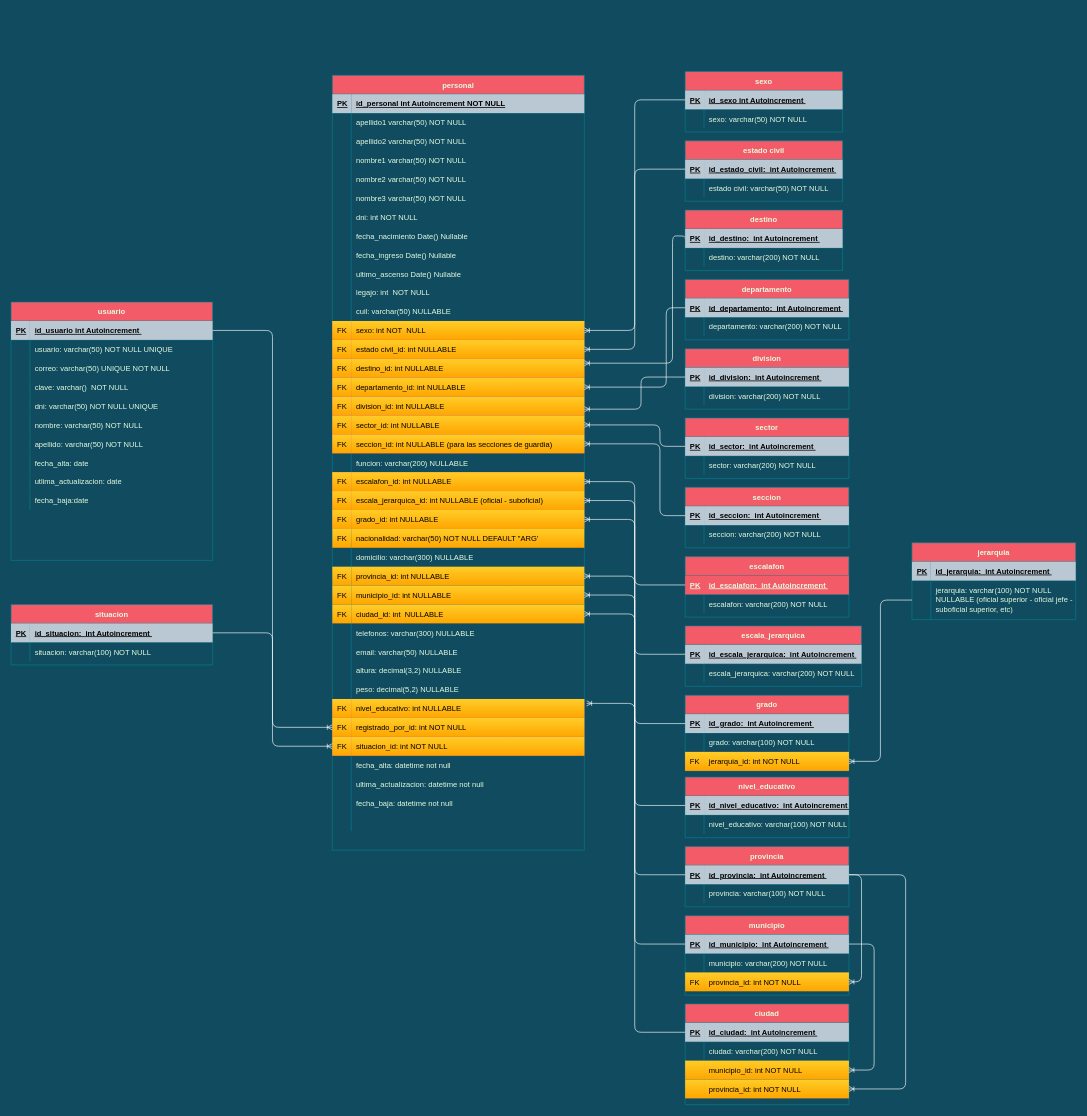
Earlier version of the draw.io diagram Cuerpo Penitenciario.drawio (FSALVA157/EsquemasER). Source tidied: cells renumbered, new cells numbered last; positions are measured from the earlier drawing's top-left corner, leaving out a move shared by most shapes. Both pictures are drawn from the tidied source at 63%, with x=0, y=0 at pixel (11, 71).
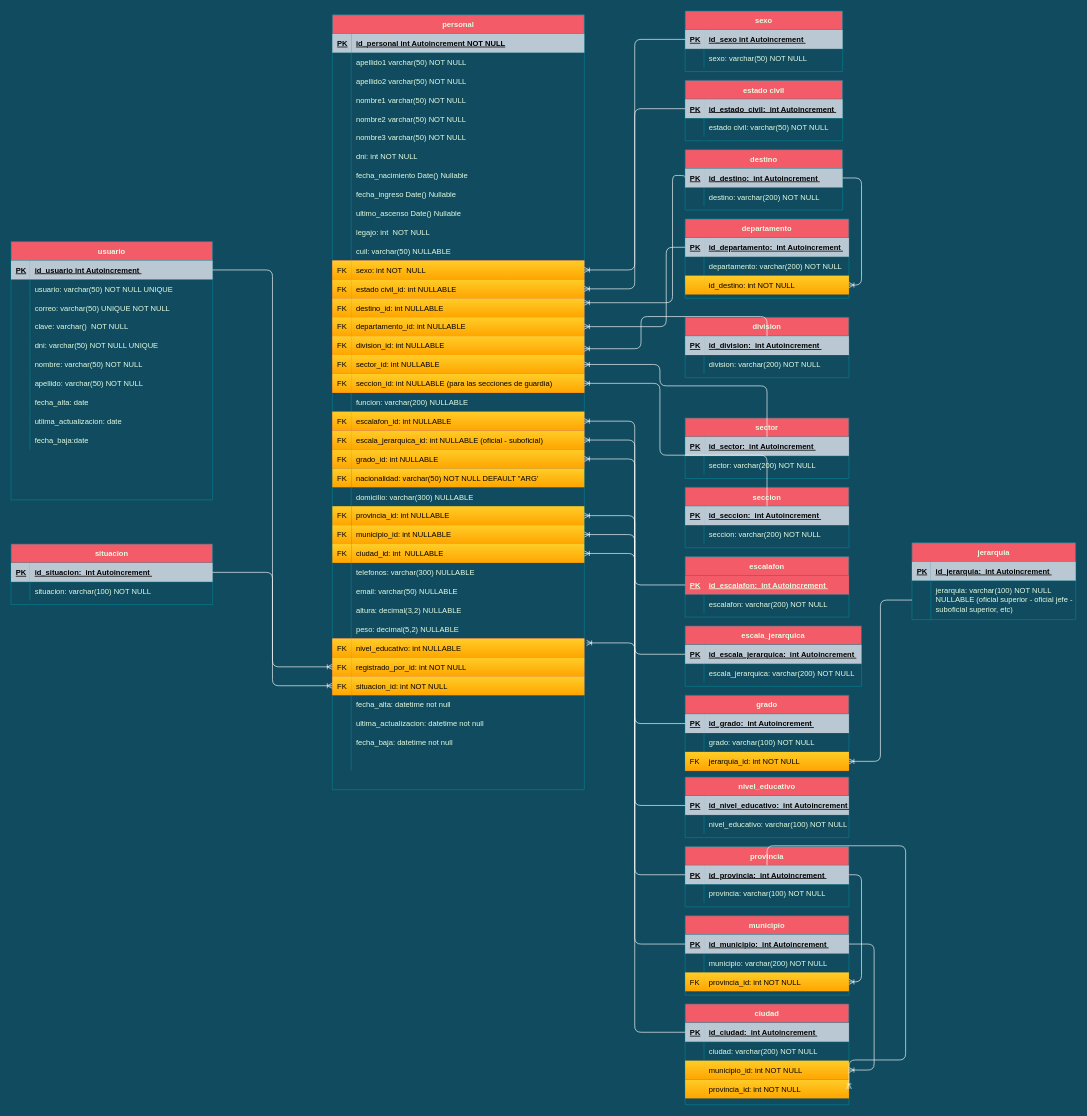
The same diagram, later.

Unchanged cells that the change refers to:
```xml
<mxCell id="45" style="shape=partialRectangle;fillColor=#F45B69;points=[[0,0.5],[1,0.5]];portConstraint=eastwest;top=0;left=0;right=0;bottom=0;strokeColor=#028090;fontColor=#E4FDE1;" parent="2" vertex="1">
  <mxGeometry y="450" width="400" height="30" as="geometry" />
</mxCell>
<mxCell id="48" style="shape=partialRectangle;fillColor=#F45B69;points=[[0,0.5],[1,0.5]];portConstraint=eastwest;top=0;left=0;right=0;bottom=0;strokeColor=#028090;fontColor=#E4FDE1;" parent="2" vertex="1">
  <mxGeometry y="480" width="400" height="30" as="geometry" />
</mxCell>
<mxCell id="51" style="shape=partialRectangle;fillColor=#F45B69;points=[[0,0.5],[1,0.5]];portConstraint=eastwest;top=0;left=0;right=0;bottom=0;strokeColor=#028090;fontColor=#E4FDE1;" parent="2" vertex="1">
  <mxGeometry y="510" width="400" height="30" as="geometry" />
</mxCell>
<mxCell id="54" style="shape=partialRectangle;fillColor=#F45B69;points=[[0,0.5],[1,0.5]];portConstraint=eastwest;top=0;left=0;right=0;bottom=0;strokeColor=#028090;fontColor=#E4FDE1;" parent="2" vertex="1">
  <mxGeometry y="540" width="400" height="30" as="geometry" />
</mxCell>
<mxCell id="57" style="shape=partialRectangle;fillColor=#F45B69;points=[[0,0.5],[1,0.5]];portConstraint=eastwest;top=0;left=0;right=0;bottom=0;strokeColor=#028090;fontColor=#E4FDE1;" parent="2" vertex="1">
  <mxGeometry y="570" width="400" height="30" as="geometry" />
</mxCell>
<mxCell id="136" style="shape=partialRectangle;fillColor=none;points=[[0,0.5],[1,0.5]];portConstraint=eastwest;top=0;left=0;right=0;bottom=1;strokeColor=#028090;fontColor=#E4FDE1;" parent="135" vertex="1">
  <mxGeometry y="30" width="250" height="30" as="geometry" />
</mxCell>
<mxCell id="143" style="shape=partialRectangle;fillColor=none;points=[[0,0.5],[1,0.5]];portConstraint=eastwest;top=0;left=0;right=0;bottom=1;strokeColor=#028090;fontColor=#E4FDE1;" parent="142" vertex="1">
  <mxGeometry y="30" width="260" height="30" as="geometry" />
</mxCell>
<mxCell id="150" style="shape=partialRectangle;fillColor=none;points=[[0,0.5],[1,0.5]];portConstraint=eastwest;top=0;left=0;right=0;bottom=1;strokeColor=#028090;fontColor=#E4FDE1;" parent="149" vertex="1">
  <mxGeometry y="30" width="260" height="30" as="geometry" />
</mxCell>
<mxCell id="157" style="shape=partialRectangle;fillColor=none;points=[[0,0.5],[1,0.5]];portConstraint=eastwest;top=0;left=0;right=0;bottom=1;strokeColor=#028090;fontColor=#E4FDE1;" parent="156" vertex="1">
  <mxGeometry y="30" width="260" height="30" as="geometry" />
</mxCell>
<mxCell id="169" style="shape=partialRectangle;fillColor=none;points=[[0,0.5],[1,0.5]];portConstraint=eastwest;top=0;left=0;right=0;bottom=1;strokeColor=#028090;fontColor=#E4FDE1;" parent="168" vertex="1">
  <mxGeometry y="30" width="260" height="30" as="geometry" />
</mxCell>
<mxCell id="252" style="shape=partialRectangle;fillColor=none;points=[[0,0.5],[1,0.5]];portConstraint=eastwest;top=0;left=0;right=0;bottom=1;strokeColor=#028090;fontColor=#E4FDE1;" parent="251" vertex="1">
  <mxGeometry y="30" width="260" height="30" as="geometry" />
</mxCell>
<mxCell id="278" style="shape=partialRectangle;fillColor=none;points=[[0,0.5],[1,0.5]];portConstraint=eastwest;top=0;left=0;right=0;bottom=0;strokeColor=#028090;fontColor=#E4FDE1;" parent="268" vertex="1">
  <mxGeometry y="120" width="260" height="30" as="geometry" />
</mxCell>
```

Diff of the diagram source:
```diff
@@
     <mxCell id="2" value="personal" style="shape=table;startSize=30;childLayout=tableLayout;rowLines=0;fontStyle=1;align=center;fillColor=#F45B69;strokeColor=#028090;fontColor=#E4FDE1;" parent="1" vertex="1">
-      <mxGeometry x="510" y="6" width="400" height="1230" as="geometry" />
+      <mxGeometry x="510" y="-90" width="400" height="1230" as="geometry" />
     </mxCell>
@@
     <mxCell id="120" value="sexo" style="shape=table;startSize=30;childLayout=tableLayout;rowLines=0;fontStyle=1;align=center;fillColor=#F45B69;strokeColor=#028090;fontColor=#E4FDE1;" parent="1" vertex="1">
-      <mxGeometry x="1070" width="250" height="96" as="geometry" />
+      <mxGeometry x="1070" y="-96" width="250" height="96" as="geometry" />
     </mxCell>
@@
     <mxCell id="127" value="estado civil" style="shape=table;startSize=30;childLayout=tableLayout;rowLines=0;fontStyle=1;align=center;fillColor=#F45B69;strokeColor=#028090;fontColor=#E4FDE1;" parent="1" vertex="1">
-      <mxGeometry x="1070" y="110" width="250" height="96" as="geometry" />
+      <mxGeometry x="1070" y="14" width="250" height="96" as="geometry" />
     </mxCell>
@@
     <mxCell id="134" style="edgeStyle=orthogonalEdgeStyle;jettySize=auto;html=1;entryX=1;entryY=0.233;entryDx=0;entryDy=0;entryPerimeter=0;endArrow=ERoneToMany;endFill=0;exitX=0;exitY=0.5;exitDx=0;exitDy=0;strokeColor=#FFFFFF;fontColor=#000000;labelBackgroundColor=#ffffff;" parent="1" edge="1" source="136" target="45">
       <mxGeometry relative="1" as="geometry">
         <Array as="points">
-          <mxPoint x="1070" y="261" />
-          <mxPoint x="1050" y="261" />
-          <mxPoint x="1050" y="463" />
+          <mxPoint x="1070" y="165" />
+          <mxPoint x="1050" y="165" />
+          <mxPoint x="1050" y="367" />
         </Array>
       </mxGeometry>
     </mxCell>
     <mxCell id="135" value="destino" style="shape=table;startSize=30;childLayout=tableLayout;rowLines=0;fontStyle=1;align=center;fillColor=#F45B69;strokeColor=#028090;fontColor=#E4FDE1;" parent="1" vertex="1">
-      <mxGeometry x="1070" y="220" width="250" height="96" as="geometry" />
+      <mxGeometry x="1070" y="124" width="250" height="96" as="geometry" />
     </mxCell>
@@
     <mxCell id="142" value="departamento" style="shape=table;startSize=30;childLayout=tableLayout;rowLines=0;fontStyle=1;align=center;fillColor=#F45B69;strokeColor=#028090;fontColor=#E4FDE1;" parent="1" vertex="1">
-      <mxGeometry x="1070" y="330" width="260" height="96" as="geometry" />
+      <mxGeometry x="1070" y="234" width="260" height="126" as="geometry" />
     </mxCell>
@@
+    <mxCell id="295" style="shape=partialRectangle;fillColor=none;points=[[0,0.5],[1,0.5]];portConstraint=eastwest;top=0;left=0;right=0;bottom=0;strokeColor=#028090;fontColor=#E4FDE1;" parent="142" vertex="1">
+      <mxGeometry y="90" width="260" height="30" as="geometry" />
+    </mxCell>
+    <mxCell id="296" style="shape=partialRectangle;overflow=hidden;fillColor=#ffcd28;top=0;left=0;bottom=0;right=0;strokeColor=#d79b00;fontColor=#000000;align=left;strokeWidth=1;gradientColor=#ffa500;spacingLeft=6;" parent="295" vertex="1">
+      <mxGeometry width="30" height="30" as="geometry" />
+    </mxCell>
+    <mxCell id="297" value="id_destino: int NOT NULL" style="shape=partialRectangle;overflow=hidden;fillColor=#ffcd28;top=0;left=0;bottom=0;right=0;align=left;spacingLeft=6;strokeColor=#d79b00;fontColor=#000000;strokeWidth=1;gradientColor=#ffa500;" parent="295" vertex="1">
+      <mxGeometry x="30" width="230" height="30" as="geometry" />
+    </mxCell>
     <mxCell id="149" value="division" style="shape=table;startSize=30;childLayout=tableLayout;rowLines=0;fontStyle=1;align=center;fillColor=#F45B69;strokeColor=#028090;fontColor=#E4FDE1;" parent="1" vertex="1">
-      <mxGeometry x="1070" y="440" width="260" height="96" as="geometry" />
+      <mxGeometry x="1070" y="390" width="260" height="96" as="geometry" />
     </mxCell>
@@
     <mxCell id="165" style="edgeStyle=orthogonalEdgeStyle;jettySize=auto;html=1;endArrow=ERoneToMany;endFill=0;strokeColor=#FFFFFF;fontColor=#000000;labelBackgroundColor=#ffffff;" parent="1" edge="1" source="143" target="48">
       <mxGeometry relative="1" as="geometry">
         <Array as="points">
-          <mxPoint x="1040" y="375" />
-          <mxPoint x="1040" y="501" />
+          <mxPoint x="1040" y="279" />
+          <mxPoint x="1040" y="405" />
         </Array>
       </mxGeometry>
     </mxCell>
     <mxCell id="166" style="edgeStyle=orthogonalEdgeStyle;jettySize=auto;html=1;endArrow=ERoneToMany;endFill=0;strokeColor=#FFFFFF;fontColor=#000000;labelBackgroundColor=#ffffff;" parent="1" edge="1" source="150" target="51">
       <mxGeometry relative="1" as="geometry">
         <Array as="points">
-          <mxPoint x="1000" y="485" />
-          <mxPoint x="1000" y="536" />
+          <mxPoint x="1000" y="389" />
+          <mxPoint x="1000" y="440" />
         </Array>
       </mxGeometry>
     </mxCell>
     <mxCell id="167" style="edgeStyle=orthogonalEdgeStyle;jettySize=auto;html=1;entryX=1;entryY=0.5;entryDx=0;entryDy=0;endArrow=ERoneToMany;endFill=0;strokeColor=#FFFFFF;fontColor=#000000;labelBackgroundColor=#ffffff;" parent="1" edge="1" source="157" target="54">
       <mxGeometry relative="1" as="geometry">
         <Array as="points">
-          <mxPoint x="1030" y="595" />
-          <mxPoint x="1030" y="561" />
+          <mxPoint x="1030" y="499" />
+          <mxPoint x="1030" y="465" />
         </Array>
       </mxGeometry>
     </mxCell>
@@
     <mxCell id="175" style="edgeStyle=orthogonalEdgeStyle;jettySize=auto;html=1;entryX=1;entryY=0.5;entryDx=0;entryDy=0;endArrow=ERoneToMany;endFill=0;strokeColor=#FFFFFF;fontColor=#000000;labelBackgroundColor=#ffffff;" parent="1" edge="1" source="169" target="57">
       <mxGeometry relative="1" as="geometry">
         <Array as="points">
-          <mxPoint x="1030" y="705" />
-          <mxPoint x="1030" y="591" />
+          <mxPoint x="1030" y="609" />
+          <mxPoint x="1030" y="495" />
         </Array>
       </mxGeometry>
     </mxCell>
@@
     <mxCell id="219" value="usuario" style="shape=table;startSize=30;childLayout=tableLayout;rowLines=0;fontStyle=1;align=center;fillColor=#F45B69;strokeColor=#028090;fontColor=#E4FDE1;" parent="1" vertex="1">
-      <mxGeometry y="366" width="320" height="410" as="geometry" />
+      <mxGeometry y="270" width="320" height="410" as="geometry" />
     </mxCell>
@@
     <mxCell id="285" style="edgeStyle=orthogonalEdgeStyle;rounded=1;jettySize=auto;html=1;entryX=1;entryY=0.5;entryDx=0;entryDy=0;endArrow=ERoneToMany;endFill=0;strokeColor=#FFFFFF;" parent="1" edge="1" source="252" target="278">
       <mxGeometry relative="1" as="geometry">
         <Array as="points">
-          <mxPoint x="1420" y="1275" />
-          <mxPoint x="1420" y="1615" />
+          <mxPoint x="1420" y="1229" />
+          <mxPoint x="1420" y="1569" />
         </Array>
       </mxGeometry>
     </mxCell>
@@
     <mxCell id="287" value="situacion" style="shape=table;startSize=30;childLayout=tableLayout;rowLines=0;fontStyle=1;align=center;fillColor=#F45B69;strokeColor=#028090;fontColor=#E4FDE1;" parent="1" vertex="1">
-      <mxGeometry y="846" width="320" height="96" as="geometry" />
+      <mxGeometry y="750" width="320" height="96" as="geometry" />
     </mxCell>
@@
+    <mxCell id="298" style="edgeStyle=orthogonalEdgeStyle;rounded=1;jettySize=auto;html=1;entryX=1;entryY=0.5;entryDx=0;entryDy=0;strokeColor=#FFFFFF;endFill=0;endArrow=ERoneToMany;" parent="1" edge="1" source="136" target="295">
+      <mxGeometry relative="1" as="geometry" />
+    </mxCell>
```
